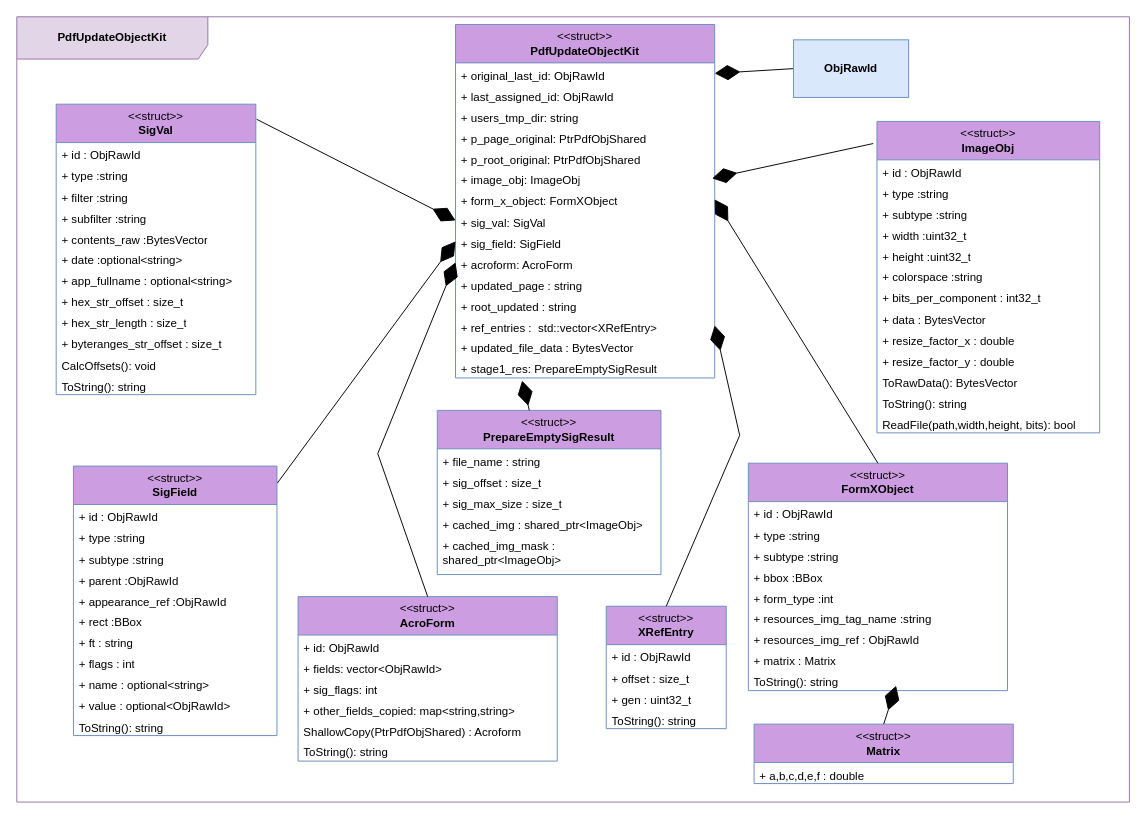
This is page "PDF - object Kit" (13 of 17) of basic_struct_draft.drawio from 3036662/pdf_scp, a draw.io file, before an edit. Source tidied: cells renumbered, new cells numbered last; positions are measured from the earlier drawing's top-left corner, leaving out a move shared by most shapes. Both pictures are drawn from the tidied source at 96%, with x=0, y=0 at pixel (16, 16).
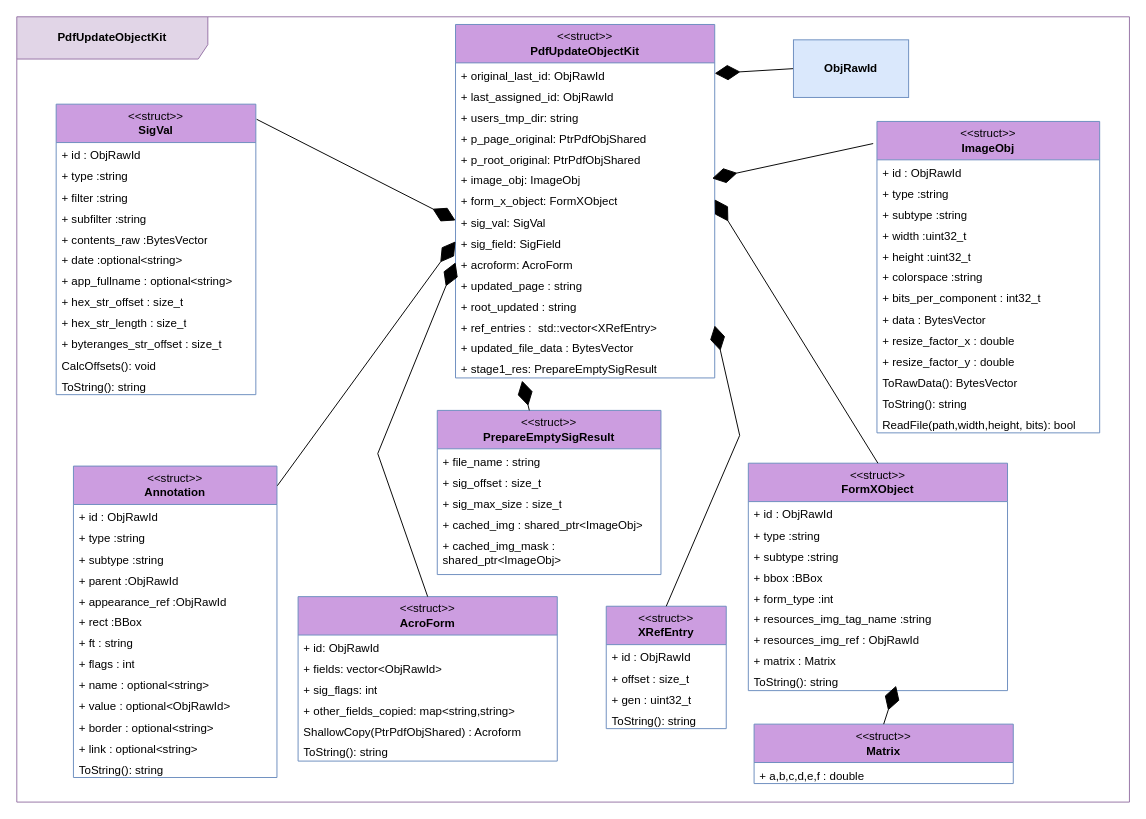
The same diagram, later.

The change refers to these unchanged cells:
```xml
<mxCell id="2" style="group;" parent="1" vertex="1">
  <mxGeometry width="1159" height="818" as="geometry" />
</mxCell>
```

Change to the diagram source:
```diff
@@
-    <mxCell id="47" value="&lt;div&gt;&amp;lt;&amp;lt;struct&amp;gt;&amp;gt;&lt;b&gt;&lt;br&gt;&lt;/b&gt;&lt;/div&gt;&lt;div&gt;&lt;b&gt;SigField&lt;/b&gt;&lt;/div&gt;" style="swimlane;fontStyle=0;horizontal=1;startSize=40;fillColor=#CC9DE0;whiteSpace=wrap;html=1;strokeColor=#6c8ebf;" parent="2" vertex="1">
-      <mxGeometry x="59" y="468" width="212" height="280.7" as="geometry" />
+    <mxCell id="47" value="&lt;div&gt;&amp;lt;&amp;lt;struct&amp;gt;&amp;gt;&lt;b&gt;&lt;br&gt;&lt;/b&gt;&lt;/div&gt;&lt;div&gt;&lt;b&gt;Annotation&lt;/b&gt;&lt;/div&gt;" style="swimlane;fontStyle=0;horizontal=1;startSize=40;fillColor=#CC9DE0;whiteSpace=wrap;html=1;strokeColor=#6c8ebf;" parent="2" vertex="1">
+      <mxGeometry x="59" y="468" width="212" height="324.4" as="geometry" />
     </mxCell>
@@
+    <mxCell id="99" value="+ border : optional&amp;lt;string&amp;gt;" style="text;strokeColor=none;fillColor=none;align=left;verticalAlign=top;spacingLeft=4;spacingRight=4;overflow=hidden;whiteSpace=wrap;html=1;" parent="47" vertex="1">
+      <mxGeometry y="258.8" width="212" height="21.9" as="geometry" />
+    </mxCell>
+    <mxCell id="100" value="+ link : optional&amp;lt;string&amp;gt;" style="text;strokeColor=none;fillColor=none;align=left;verticalAlign=top;spacingLeft=4;spacingRight=4;overflow=hidden;whiteSpace=wrap;html=1;" parent="47" vertex="1">
+      <mxGeometry y="280.7" width="212" height="21.9" as="geometry" />
+    </mxCell>
     <mxCell id="58" value="ToString(): string" style="text;strokeColor=none;fillColor=none;align=left;verticalAlign=top;spacingLeft=4;spacingRight=4;overflow=hidden;whiteSpace=wrap;html=1;" parent="47" vertex="1">
-      <mxGeometry y="258.8" width="212" height="21.9" as="geometry" />
+      <mxGeometry y="302.6" width="212" height="21.9" as="geometry" />
     </mxCell>
```
